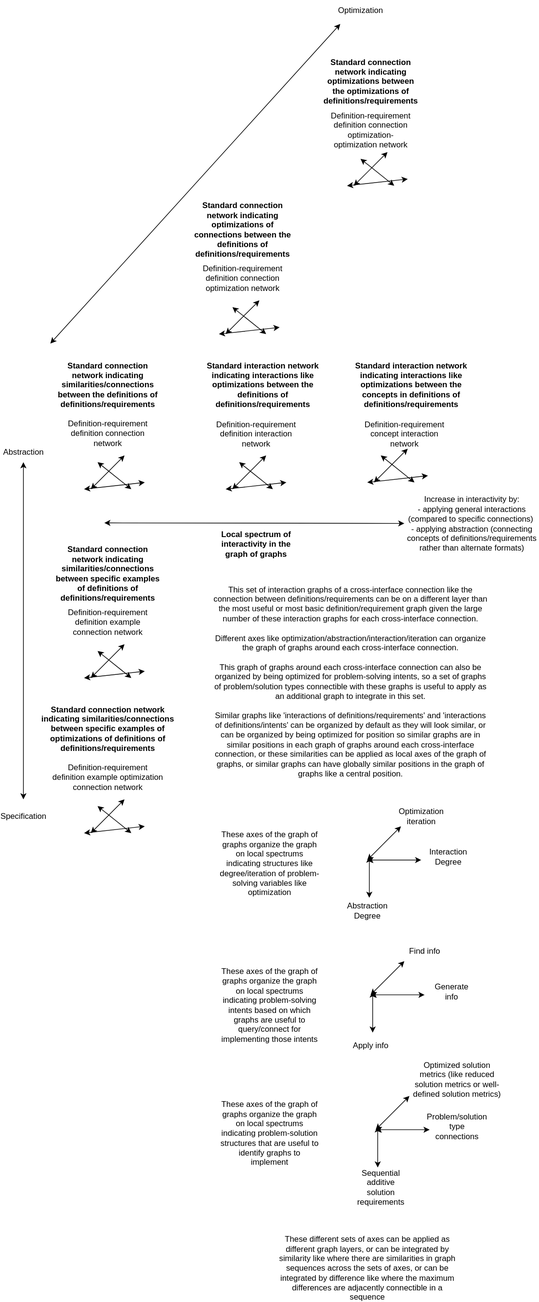
Earlier version of the draw.io export docs/objects/variables_of_graph_of_graphs.drawio.svg (outdreamer/build-a-cure). Source tidied: cells renumbered, new cells last; positions are measured from the earlier drawing's top-left corner, leaving out a move shared by most shapes.
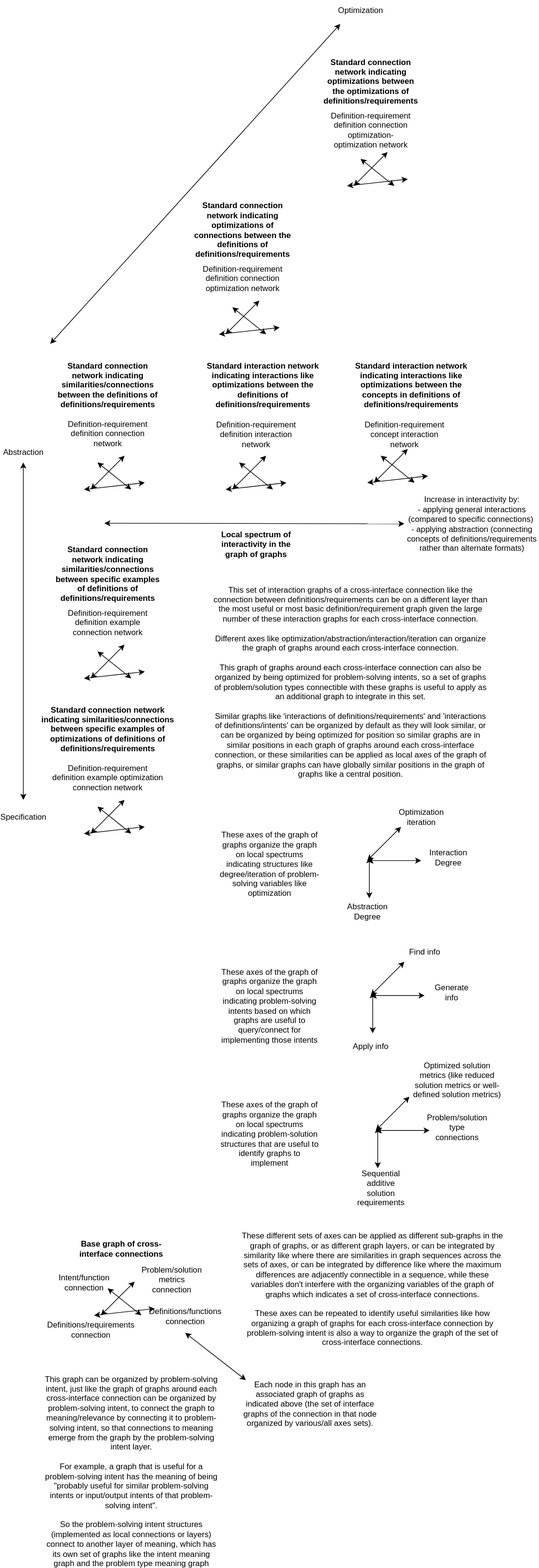
After the change.

Change to the diagram source:
```diff
@@ -294,8 +294,53 @@
     <mxCell id="66" value="These axes of the graph of graphs organize the graph on local spectrums indicating problem-solution structures that are useful to identify graphs to implement" style="text;html=1;align=center;verticalAlign=middle;whiteSpace=wrap;rounded=0;" parent="1" vertex="1">
       <mxGeometry x="320" y="1665" width="150" height="30" as="geometry" />
     </mxCell>
-    <mxCell id="67" value="These different sets of axes can be applied as different graph layers, or can be integrated by similarity like where there are similarities in graph sequences across the sets of axes, or can be integrated by difference like where the maximum differences are adjacently connectible in a sequence" style="text;html=1;align=center;verticalAlign=middle;whiteSpace=wrap;rounded=0;" parent="1" vertex="1">
-      <mxGeometry x="405" y="1865" width="270" height="30" as="geometry" />
+    <mxCell id="67" value="These different sets of axes can be applied as different sub-graphs in the graph of graphs, or as different graph layers, or can be integrated by similarity like where there are similarities in graph sequences across the sets of axes, or can be integrated by difference like where the maximum differences are adjacently connectible in a sequence, while these variables don't interfere with the organizing variables of the graph of graphs which indicates a set of cross-interface connections.&lt;div&gt;&lt;br&gt;&lt;/div&gt;&lt;div&gt;These axes can be repeated to identify useful similarities like how organizing a graph of graphs for each cross-interface connection by problem-solving intent is also a way to organize the graph of the set of cross-interface connections.&lt;/div&gt;" style="text;html=1;align=center;verticalAlign=middle;whiteSpace=wrap;rounded=0;" parent="1" vertex="1">
+      <mxGeometry x="350" y="1895" width="395" height="30" as="geometry" />
     </mxCell>
+    <mxCell id="68" style="endArrow=classic;startArrow=classic;html=1;rounded=0;" parent="1" edge="1">
+      <mxGeometry relative="1" as="geometry">
+        <mxPoint x="145" y="1949" as="sourcePoint" />
+        <mxPoint x="195" y="1899" as="targetPoint" />
+      </mxGeometry>
+    </mxCell>
+    <mxCell id="69" style="endArrow=classic;startArrow=classic;html=1;rounded=0;" parent="1" edge="1">
+      <mxGeometry relative="1" as="geometry">
+        <mxPoint x="135" y="1949" as="sourcePoint" />
+        <mxPoint x="225" y="1939" as="targetPoint" />
+      </mxGeometry>
+    </mxCell>
+    <mxCell id="70" style="endArrow=classic;startArrow=classic;html=1;rounded=0;" parent="1" edge="1">
+      <mxGeometry relative="1" as="geometry">
+        <mxPoint x="155" y="1909" as="sourcePoint" />
+        <mxPoint x="205" y="1949" as="targetPoint" />
+      </mxGeometry>
+    </mxCell>
+    <mxCell id="71" value="Base graph of cross-interface connections" style="text;html=1;align=center;verticalAlign=middle;whiteSpace=wrap;rounded=0;fontStyle=1;" parent="1" vertex="1">
+      <mxGeometry x="90" y="1835" width="170" height="30" as="geometry" />
+    </mxCell>
+    <mxCell id="72" value="Definitions/requirements&lt;div&gt;connection&lt;/div&gt;" style="text;html=1;align=center;verticalAlign=middle;whiteSpace=wrap;rounded=0;" parent="1" vertex="1">
+      <mxGeometry x="100" y="1955" width="60" height="30" as="geometry" />
+    </mxCell>
+    <mxCell id="73" value="Definitions/functions&lt;div&gt;connection&lt;/div&gt;" style="text;html=1;align=center;verticalAlign=middle;whiteSpace=wrap;rounded=0;" parent="1" vertex="1">
+      <mxGeometry x="240" y="1935" width="60" height="30" as="geometry" />
+    </mxCell>
+    <mxCell id="74" value="Problem/solution metrics&lt;div&gt;connection&lt;/div&gt;" style="text;html=1;align=center;verticalAlign=middle;whiteSpace=wrap;rounded=0;" parent="1" vertex="1">
+      <mxGeometry x="220" y="1881" width="60" height="30" as="geometry" />
+    </mxCell>
+    <mxCell id="75" value="Intent/function&lt;div&gt;connection&lt;/div&gt;" style="text;html=1;align=center;verticalAlign=middle;whiteSpace=wrap;rounded=0;" parent="1" vertex="1">
+      <mxGeometry x="90" y="1885" width="60" height="30" as="geometry" />
+    </mxCell>
+    <mxCell id="76" value="This graph can be organized by problem-solving intent, just like the graph of graphs around each cross-interface connection can be organized by problem-solving intent, to connect the graph to meaning/relevance by connecting it to problem-solving intent, so that connections to meaning emerge from the graph by the problem-solving intent layer.&lt;div&gt;&lt;br&gt;&lt;/div&gt;&lt;div&gt;For example, a graph that is useful for a problem-solving intent has the meaning of being &quot;probably useful for similar problem-solving intents or input/output intents of that problem-solving intent&quot;.&lt;/div&gt;&lt;div&gt;&lt;br&gt;&lt;/div&gt;&lt;div&gt;So the problem-solving intent structures (implemented as local connections or layers) connect to another layer of meaning, which has its own set of graphs like the intent meaning graph and the problem type meaning graph&lt;/div&gt;" style="text;html=1;align=center;verticalAlign=middle;whiteSpace=wrap;rounded=0;" parent="1" vertex="1">
+      <mxGeometry x="60" y="2165" width="260" height="30" as="geometry" />
+    </mxCell>
+    <mxCell id="77" style="endArrow=classic;startArrow=classic;html=1;rounded=0;" parent="1" edge="1">
+      <mxGeometry relative="1" as="geometry">
+        <mxPoint x="270" y="1975" as="sourcePoint" />
+        <mxPoint x="360" y="2045" as="targetPoint" />
+      </mxGeometry>
+    </mxCell>
+    <mxCell id="78" value="Each node in this graph has an associated graph of graphs as indicated above (the set of interface graphs of the connection in that node organized by various/all axes sets)." style="text;html=1;align=center;verticalAlign=middle;whiteSpace=wrap;rounded=0;" parent="1" vertex="1">
+      <mxGeometry x="350" y="2065" width="210" height="30" as="geometry" />
+    </mxCell>
   </root>
 </mxGraphModel>
```
